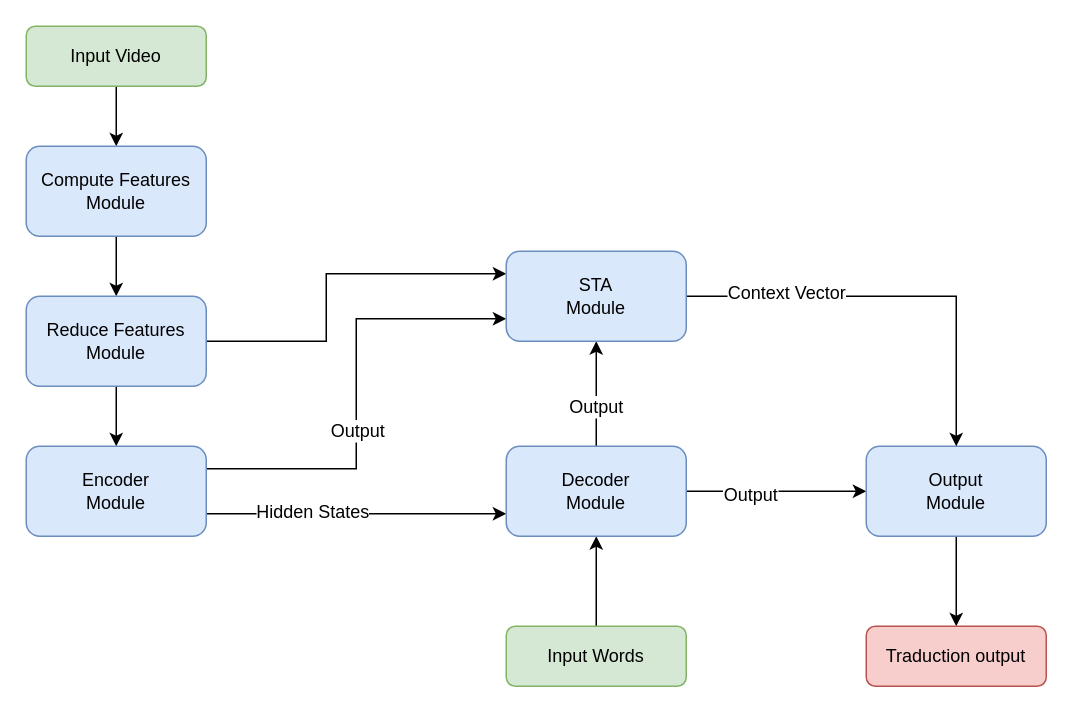
MIC10086/SignLanguageTranslation_SLT keeps this draw.io diagram as page "SLT Model" (1 of 8) of Models.drawio. Above is the earlier version. Source tidied: cells renumbered, new cells numbered last; positions are measured from the earlier drawing's top-left corner, leaving out a move shared by most shapes. Both pictures are drawn from the tidied source at 150%, with x=0, y=0 at pixel (26, 26).
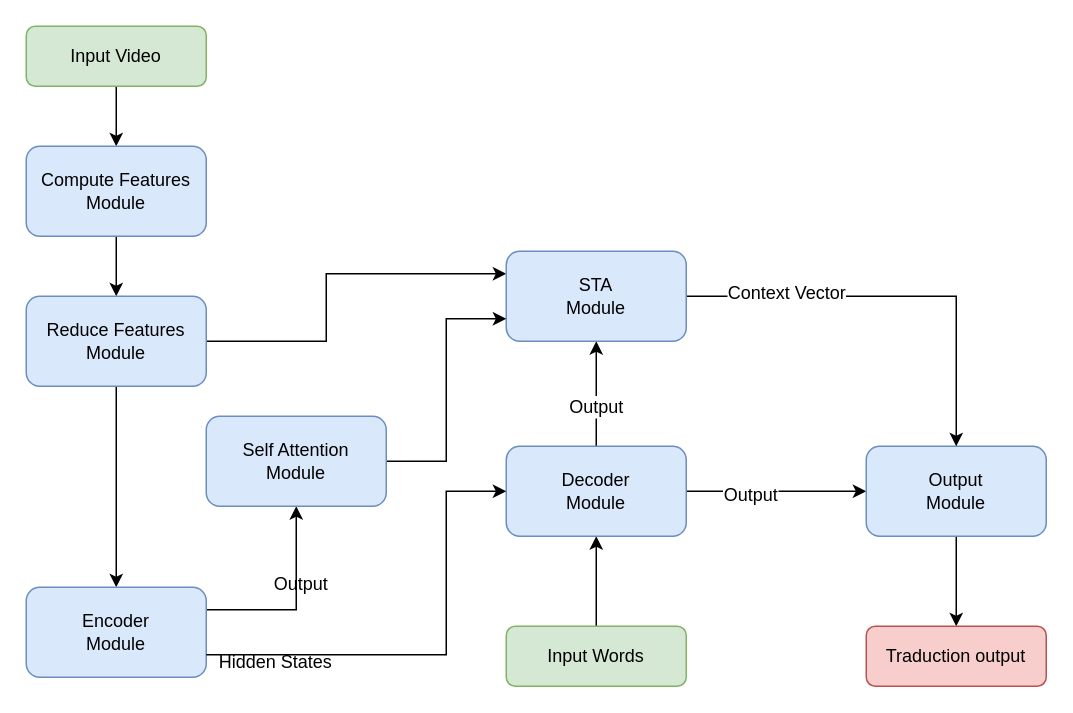
Above is the later version.

The change refers to these unchanged cells:
```xml
<mxCell id="20" value="Decoder&lt;br&gt;Module" style="rounded=1;whiteSpace=wrap;html=1;fillColor=#dae8fc;strokeColor=#6c8ebf;" parent="1" vertex="1">
  <mxGeometry x="320" y="280" width="120" height="60" as="geometry" />
</mxCell>
<mxCell id="25" value="STA&lt;br&gt;Module" style="rounded=1;whiteSpace=wrap;html=1;fillColor=#dae8fc;strokeColor=#6c8ebf;" parent="1" vertex="1">
  <mxGeometry x="320" y="150" width="120" height="60" as="geometry" />
</mxCell>
```

Change to the diagram source:
```diff
@@
-    <mxCell id="11" style="edgeStyle=orthogonalEdgeStyle;rounded=0;jettySize=auto;html=1;exitX=1;exitY=0.75;exitDx=0;exitDy=0;entryX=0;entryY=0.75;entryDx=0;entryDy=0;" parent="1" edge="1" source="15" target="20">
-      <mxGeometry relative="1" as="geometry" />
-    </mxCell>
-    <mxCell id="12" value="Hidden States" style="text;html=1;align=center;verticalAlign=middle;labelBackgroundColor=#ffffff;" parent="11" vertex="1">
-      <mxGeometry x="-0.3" y="2" relative="1" as="geometry" />
-    </mxCell>
-    <mxCell id="13" style="edgeStyle=orthogonalEdgeStyle;rounded=0;jettySize=auto;html=1;exitX=1;exitY=0.25;exitDx=0;exitDy=0;entryX=0;entryY=0.75;entryDx=0;entryDy=0;" parent="1" edge="1" source="15" target="25">
-      <mxGeometry relative="1" as="geometry" />
-    </mxCell>
+    <mxCell id="27" style="edgeStyle=orthogonalEdgeStyle;rounded=0;jettySize=auto;html=1;exitX=1;exitY=0.25;exitDx=0;exitDy=0;entryX=0.5;entryY=1;entryDx=0;entryDy=0;endArrow=classic;endFill=1;" parent="1" edge="1" source="15" target="29">
+      <mxGeometry relative="1" as="geometry" />
+    </mxCell>
-    <mxCell id="14" value="Output" style="text;html=1;align=center;verticalAlign=middle;labelBackgroundColor=#ffffff;" parent="13" vertex="1">
-      <mxGeometry x="-0.33" y="26" relative="1" as="geometry">
-        <mxPoint x="26" y="-26" as="offset" />
+    <mxCell id="14" value="Output" style="text;html=1;align=center;verticalAlign=middle;" parent="27" vertex="1">
+      <mxGeometry x="-0.07" y="18" relative="1" as="geometry">
+        <mxPoint x="20" y="-18" as="offset" />
       </mxGeometry>
     </mxCell>
     <mxCell id="15" value="Encoder&lt;br&gt;Module" style="rounded=1;whiteSpace=wrap;html=1;fillColor=#dae8fc;strokeColor=#6c8ebf;" parent="1" vertex="1">
-      <mxGeometry y="280" width="120" height="60" as="geometry" />
+      <mxGeometry y="374" width="120" height="60" as="geometry" />
     </mxCell>
@@
+    <mxCell id="11" style="edgeStyle=orthogonalEdgeStyle;rounded=0;jettySize=auto;html=1;exitX=1;exitY=0.75;exitDx=0;exitDy=0;entryX=0;entryY=0.5;entryDx=0;entryDy=0;endArrow=classic;endFill=1;" parent="1" edge="1" source="15" target="20">
+      <mxGeometry relative="1" as="geometry">
+        <Array as="points">
+          <mxPoint x="280" y="419" />
+          <mxPoint x="280" y="310" />
+        </Array>
+      </mxGeometry>
+    </mxCell>
+    <mxCell id="12" value="Hidden States" style="text;html=1;align=center;verticalAlign=middle;" parent="11" vertex="1">
+      <mxGeometry x="-0.71" y="-4" relative="1" as="geometry" />
+    </mxCell>
+    <mxCell id="28" style="edgeStyle=orthogonalEdgeStyle;rounded=0;jettySize=auto;html=1;exitX=1;exitY=0.5;exitDx=0;exitDy=0;entryX=0;entryY=0.75;entryDx=0;entryDy=0;endArrow=classic;endFill=1;" parent="1" edge="1" source="29" target="25">
+      <mxGeometry relative="1" as="geometry" />
+    </mxCell>
+    <mxCell id="29" value="Self Attention&lt;br&gt;Module" style="rounded=1;whiteSpace=wrap;html=1;fillColor=#dae8fc;strokeColor=#6c8ebf;" parent="1" vertex="1">
+      <mxGeometry x="120" y="260" width="120" height="60" as="geometry" />
+    </mxCell>
```
